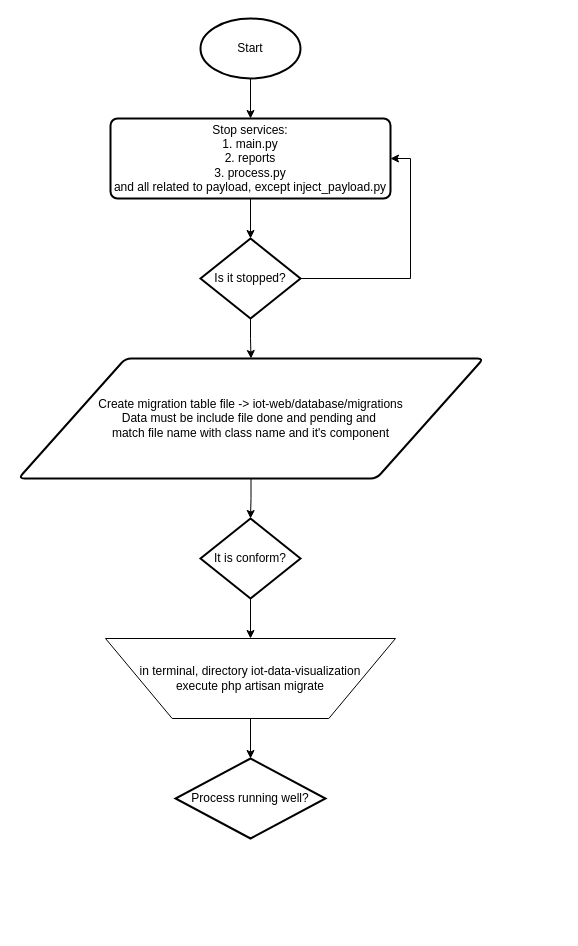
Above: Flow Register New Line.drawio in arizmuajianisan/flowchart (draw.io), before the change. Source tidied: cells renumbered, new cells numbered last; positions are measured from the earlier drawing's top-left corner, leaving out a move shared by most shapes. Both pictures are drawn from the tidied source at 100%, with x=0, y=0 at pixel (18, 18).
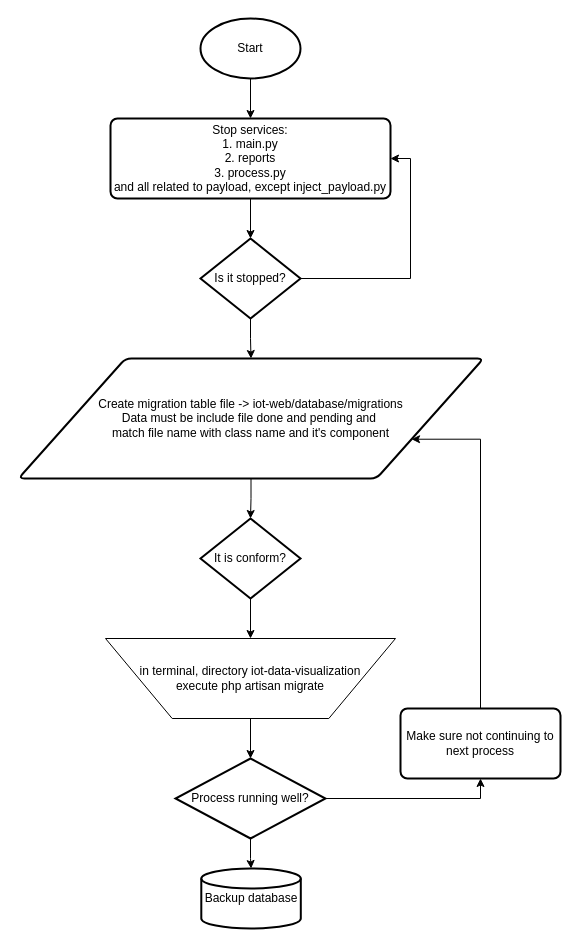
After the change.

Unchanged cells that the change refers to:
```xml
<mxCell id="8" value="Create migration table file -&amp;gt; iot-web/database/migrations&lt;br&gt;Data must be include file done and pending and&amp;nbsp;&lt;br&gt;match file name with class name and it's component" style="shape=parallelogram;html=1;strokeWidth=2;perimeter=parallelogramPerimeter;whiteSpace=wrap;rounded=1;arcSize=12;size=0.23;" parent="1" vertex="1">
  <mxGeometry y="340" width="465" height="120" as="geometry" />
</mxCell>
<mxCell id="13" value="Process running well?" style="strokeWidth=2;html=1;shape=mxgraph.flowchart.decision;whiteSpace=wrap;" parent="1" vertex="1">
  <mxGeometry x="157" y="740" width="150" height="80" as="geometry" />
</mxCell>
```

Change to the diagram source:
```diff
@@
+    <mxCell id="16" style="edgeStyle=orthogonalEdgeStyle;rounded=0;jettySize=auto;html=1;entryX=0.5;entryY=1;entryDx=0;entryDy=0;" parent="1" edge="1" source="13" target="19">
+      <mxGeometry relative="1" as="geometry" />
+    </mxCell>
+    <mxCell id="17" style="edgeStyle=orthogonalEdgeStyle;rounded=0;jettySize=auto;html=1;" parent="1" edge="1" source="13" target="20">
+      <mxGeometry relative="1" as="geometry" />
+    </mxCell>
@@
+    <mxCell id="18" style="edgeStyle=orthogonalEdgeStyle;rounded=0;jettySize=auto;html=1;entryX=1;entryY=0.75;entryDx=0;entryDy=0;" parent="1" edge="1" source="19" target="8">
+      <mxGeometry relative="1" as="geometry">
+        <Array as="points">
+          <mxPoint x="462" y="421" />
+        </Array>
+      </mxGeometry>
+    </mxCell>
+    <mxCell id="19" value="Make sure not continuing to next process" style="rounded=1;whiteSpace=wrap;html=1;absoluteArcSize=1;arcSize=14;strokeWidth=2;" parent="1" vertex="1">
+      <mxGeometry x="382" y="690" width="160" height="70" as="geometry" />
+    </mxCell>
+    <mxCell id="20" value="Backup database" style="strokeWidth=2;html=1;shape=mxgraph.flowchart.database;whiteSpace=wrap;" parent="1" vertex="1">
+      <mxGeometry x="182.8" y="850" width="99.5" height="60" as="geometry" />
+    </mxCell>
```
